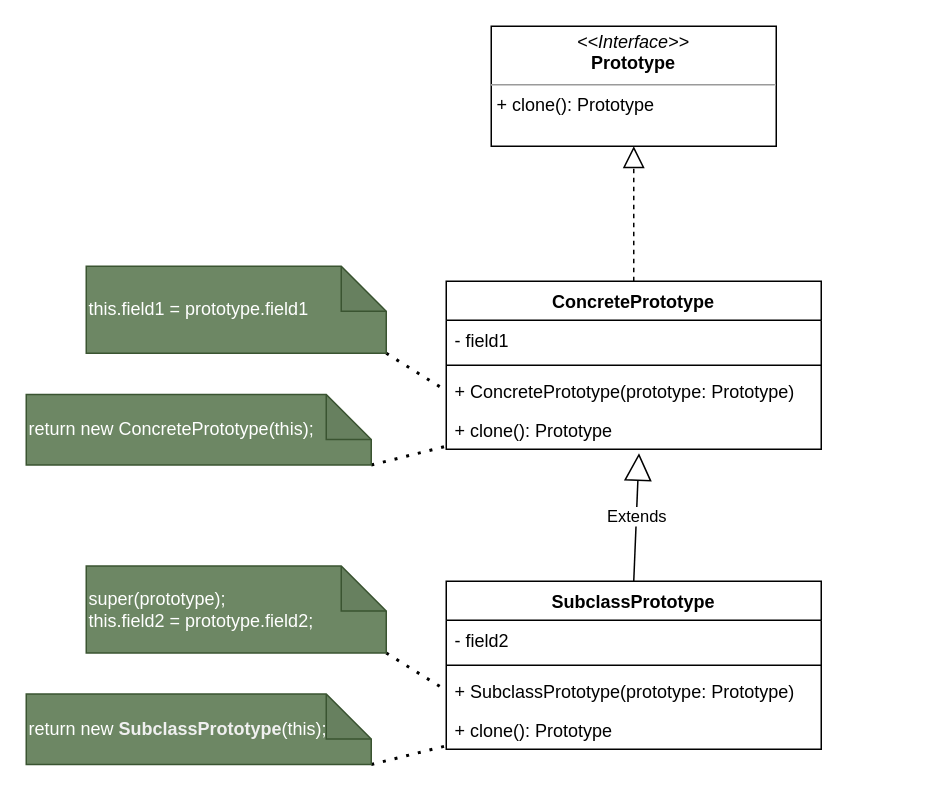
Before: page "第 1 页" (1 of 2) of 原型模式.drawio in HsoulLink/designpattern_pic, a draw.io diagram. Source tidied: cells renumbered, new cells numbered last; positions are measured from the earlier drawing's top-left corner, leaving out a move shared by most shapes. Both pictures are drawn from the tidied source at 150%, with x=0, y=0 at pixel (26, 26).
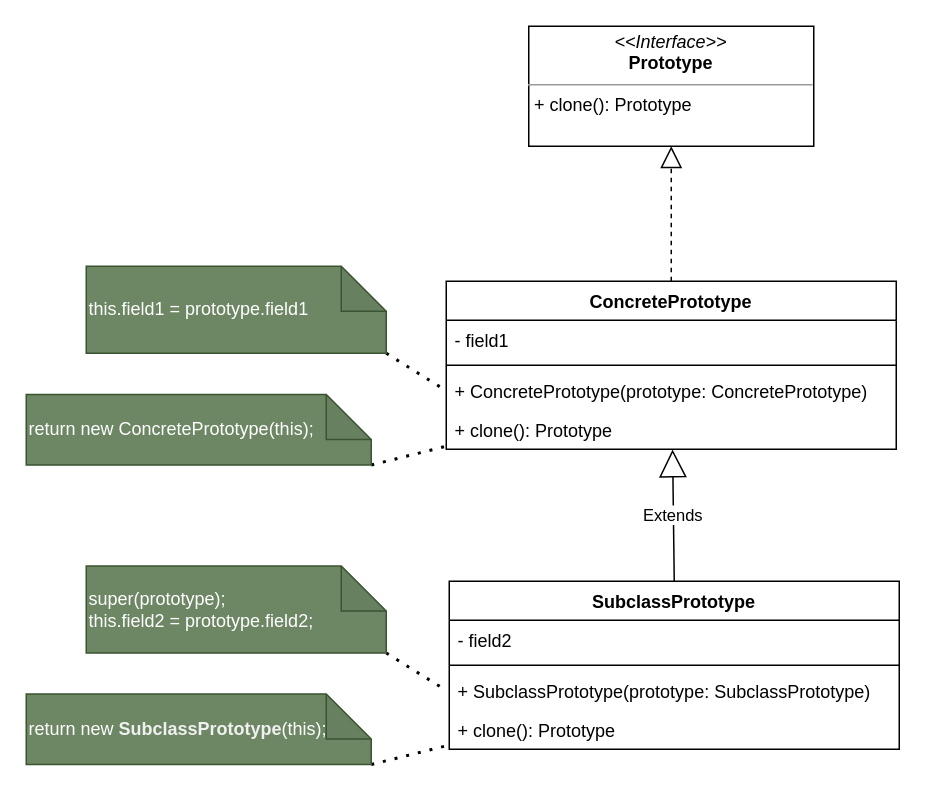
The same page after the edit.

Commit message (it also covers changes not shown here):
更新原型模式.drawio

Change to the diagram source:
```diff
@@
     <mxCell id="2" value="&lt;p style=&quot;margin:0px;margin-top:4px;text-align:center;&quot;&gt;&lt;i&gt;&amp;lt;&amp;lt;Interface&amp;gt;&amp;gt;&lt;/i&gt;&lt;br&gt;&lt;b&gt;Prototype&lt;/b&gt;&lt;/p&gt;&lt;hr size=&quot;1&quot;&gt;&lt;p style=&quot;margin:0px;margin-left:4px;&quot;&gt;+ clone(): Prototype&lt;/p&gt;" style="verticalAlign=top;align=left;overflow=fill;fontSize=12;fontFamily=Helvetica;html=1;" parent="1" vertex="1">
-      <mxGeometry x="310" width="190" height="80" as="geometry" />
+      <mxGeometry x="335" width="190" height="80" as="geometry" />
     </mxCell>
     <mxCell id="3" value="ConcretePrototype" style="swimlane;fontStyle=1;align=center;verticalAlign=top;horizontal=1;startSize=26;" parent="1" vertex="1">
-      <mxGeometry x="280" y="170" width="250" height="112" as="geometry" />
+      <mxGeometry x="280" y="170" width="300" height="112" as="geometry" />
     </mxCell>
     <mxCell id="4" value="- field1" style="text;strokeColor=none;fillColor=none;align=left;verticalAlign=top;spacingLeft=4;spacingRight=4;overflow=hidden;" parent="3" vertex="1">
-      <mxGeometry y="26" width="250" height="26" as="geometry" />
+      <mxGeometry y="26" width="300" height="26" as="geometry" />
     </mxCell>
     <mxCell id="5" style="line;strokeWidth=1;fillColor=none;align=left;verticalAlign=middle;spacingTop=-1;spacingLeft=3;spacingRight=3;labelPosition=right;strokeColor=inherit;" parent="3" vertex="1">
-      <mxGeometry y="52" width="250" height="8" as="geometry" />
+      <mxGeometry y="52" width="300" height="8" as="geometry" />
     </mxCell>
-    <mxCell id="6" value="+ ConcretePrototype(prototype: Prototype)" style="text;strokeColor=none;fillColor=none;align=left;verticalAlign=top;spacingLeft=4;spacingRight=4;overflow=hidden;points=[[0,0.5],[1,0.5]];portConstraint=eastwest;" parent="3" vertex="1">
-      <mxGeometry y="60" width="250" height="26" as="geometry" />
+    <mxCell id="6" value="+ ConcretePrototype(prototype: ConcretePrototype)" style="text;strokeColor=none;fillColor=none;align=left;verticalAlign=top;spacingLeft=4;spacingRight=4;overflow=hidden;points=[[0,0.5],[1,0.5]];portConstraint=eastwest;" parent="3" vertex="1">
+      <mxGeometry y="60" width="300" height="26" as="geometry" />
     </mxCell>
     <mxCell id="7" value="+ clone(): Prototype" style="text;strokeColor=none;fillColor=none;align=left;verticalAlign=top;spacingLeft=4;spacingRight=4;overflow=hidden;points=[[0,0.5],[1,0.5]];portConstraint=eastwest;" parent="3" vertex="1">
-      <mxGeometry y="86" width="250" height="26" as="geometry" />
+      <mxGeometry y="86" width="300" height="26" as="geometry" />
     </mxCell>
     <mxCell id="8" value="SubclassPrototype" style="swimlane;fontStyle=1;align=center;verticalAlign=top;horizontal=1;startSize=26;" parent="1" vertex="1">
-      <mxGeometry x="280" y="370" width="250" height="112" as="geometry" />
+      <mxGeometry x="282" y="370" width="300" height="112" as="geometry" />
     </mxCell>
     <mxCell id="9" value="- field2" style="text;strokeColor=none;fillColor=none;align=left;verticalAlign=top;spacingLeft=4;spacingRight=4;overflow=hidden;" parent="8" vertex="1">
-      <mxGeometry y="26" width="250" height="26" as="geometry" />
+      <mxGeometry y="26" width="300" height="26" as="geometry" />
     </mxCell>
     <mxCell id="10" style="line;strokeWidth=1;fillColor=none;align=left;verticalAlign=middle;spacingTop=-1;spacingLeft=3;spacingRight=3;labelPosition=right;strokeColor=inherit;" parent="8" vertex="1">
-      <mxGeometry y="52" width="250" height="8" as="geometry" />
+      <mxGeometry y="52" width="300" height="8" as="geometry" />
     </mxCell>
-    <mxCell id="11" value="+ SubclassPrototype(prototype: Prototype)" style="text;strokeColor=none;fillColor=none;align=left;verticalAlign=top;spacingLeft=4;spacingRight=4;overflow=hidden;" parent="8" vertex="1">
-      <mxGeometry y="60" width="250" height="26" as="geometry" />
+    <mxCell id="11" value="+ SubclassPrototype(prototype: SubclassPrototype)" style="text;strokeColor=none;fillColor=none;align=left;verticalAlign=top;spacingLeft=4;spacingRight=4;overflow=hidden;" parent="8" vertex="1">
+      <mxGeometry y="60" width="300" height="26" as="geometry" />
     </mxCell>
     <mxCell id="12" value="+ clone(): Prototype" style="text;strokeColor=none;fillColor=none;align=left;verticalAlign=top;spacingLeft=4;spacingRight=4;overflow=hidden;" parent="8" vertex="1">
-      <mxGeometry y="86" width="250" height="26" as="geometry" />
+      <mxGeometry y="86" width="300" height="26" as="geometry" />
     </mxCell>
@@
-    <mxCell id="14" value="Extends" style="endArrow=block;endSize=16;endFill=0;html=1;rounded=0;exitX=0.5;exitY=0;exitDx=0;exitDy=0;entryX=0.514;entryY=1.1;entryDx=0;entryDy=0;entryPerimeter=0;" parent="1" edge="1" source="8" target="7">
+    <mxCell id="14" value="Extends" style="endArrow=block;endSize=16;endFill=0;html=1;rounded=0;exitX=0.5;exitY=0;exitDx=0;exitDy=0;entryX=0.503;entryY=1.008;entryDx=0;entryDy=0;entryPerimeter=0;" parent="1" edge="1" source="8" target="7">
       <mxGeometry relative="1" as="geometry" />
     </mxCell>
```
